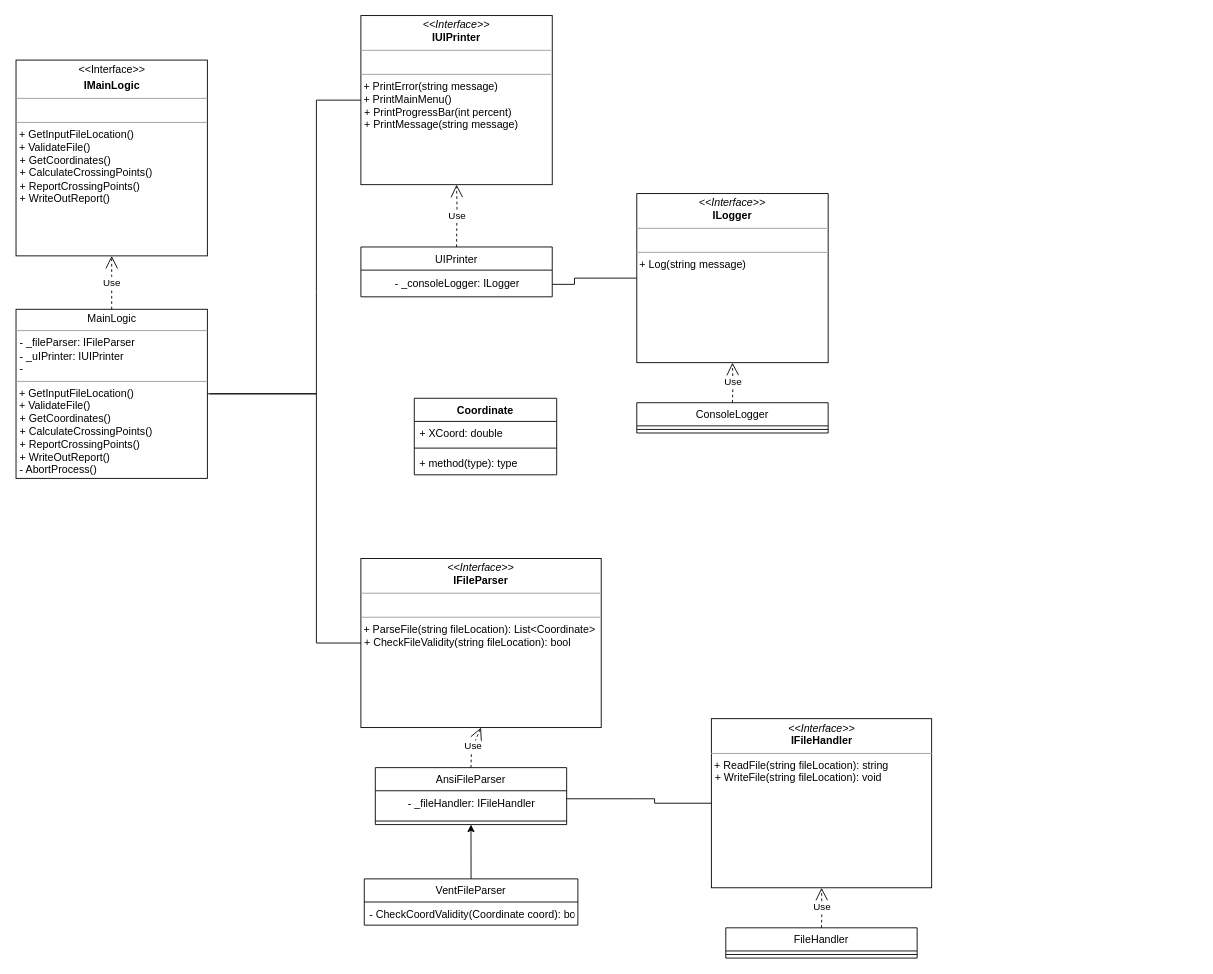
vmarcell96/HydrothermalJunctionDetector keeps this draw.io diagram as ClassDiagram.drawio. Above is the earlier version. Source tidied: cells renumbered, new cells numbered last; positions are measured from the earlier drawing's top-left corner, leaving out a move shared by most shapes. Both pictures are drawn from the tidied source at 89%, with x=0, y=0 at pixel (15, 15).
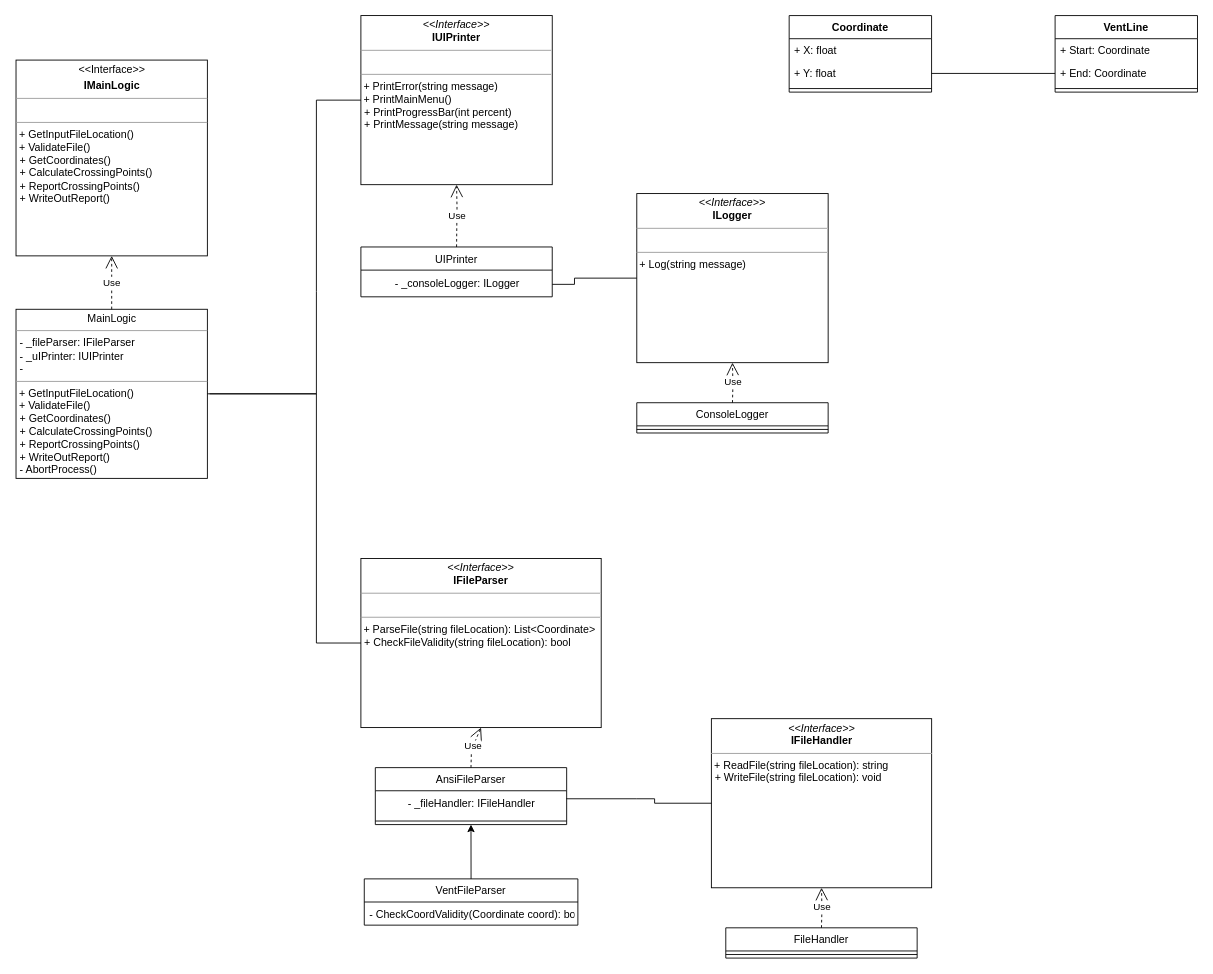
After the change.

Commit message:
FEAT: added ventline to class diagram

The edit, as a diff of the source:
```diff
@@
-    <mxCell id="27" value="Coordinate" style="swimlane;fontStyle=1;align=center;verticalAlign=top;horizontal=1;startSize=26;" parent="1" vertex="1">
-      <mxGeometry x="448" y="430" width="160" height="86" as="geometry" />
+    <mxCell id="27" value="VentLine" style="swimlane;fontStyle=1;align=center;verticalAlign=top;horizontal=1;startSize=26;" parent="1" vertex="1">
+      <mxGeometry x="1168" width="160" height="86" as="geometry" />
     </mxCell>
-    <mxCell id="28" value="+ XCoord: double" style="text;strokeColor=none;fillColor=none;align=left;verticalAlign=top;spacingLeft=4;spacingRight=4;overflow=hidden;" parent="27" vertex="1">
+    <mxCell id="28" value="+ Start: Coordinate" style="text;strokeColor=none;fillColor=none;align=left;verticalAlign=top;spacingLeft=4;spacingRight=4;overflow=hidden;" parent="27" vertex="1">
       <mxGeometry y="26" width="160" height="26" as="geometry" />
     </mxCell>
+    <mxCell id="33" value="+ End: Coordinate" style="text;strokeColor=none;fillColor=none;align=left;verticalAlign=top;spacingLeft=4;spacingRight=4;overflow=hidden;points=[[0,0.5],[1,0.5]];portConstraint=eastwest;" parent="27" vertex="1">
+      <mxGeometry y="52" width="160" height="26" as="geometry" />
+    </mxCell>
     <mxCell id="29" style="line;strokeWidth=1;fillColor=none;align=left;verticalAlign=middle;spacingTop=-1;spacingLeft=3;spacingRight=3;labelPosition=right;strokeColor=inherit;" parent="27" vertex="1">
-      <mxGeometry y="52" width="160" height="8" as="geometry" />
+      <mxGeometry y="78" width="160" height="8" as="geometry" />
     </mxCell>
-    <mxCell id="30" value="+ method(type): type" style="text;strokeColor=none;fillColor=none;align=left;verticalAlign=top;spacingLeft=4;spacingRight=4;overflow=hidden;" parent="27" vertex="1">
-      <mxGeometry y="60" width="160" height="26" as="geometry" />
-    </mxCell>
@@
+    <mxCell id="34" value="Coordinate" style="swimlane;fontStyle=1;align=center;verticalAlign=top;horizontal=1;startSize=26;" parent="1" vertex="1">
+      <mxGeometry x="869.2" width="160" height="86" as="geometry" />
+    </mxCell>
+    <mxCell id="35" value="+ X: float" style="text;strokeColor=none;fillColor=none;align=left;verticalAlign=top;spacingLeft=4;spacingRight=4;overflow=hidden;" parent="34" vertex="1">
+      <mxGeometry y="26" width="160" height="26" as="geometry" />
+    </mxCell>
+    <mxCell id="36" value="+ Y: float" style="text;strokeColor=none;fillColor=none;align=left;verticalAlign=top;spacingLeft=4;spacingRight=4;overflow=hidden;points=[[0,0.5],[1,0.5]];portConstraint=eastwest;" parent="34" vertex="1">
+      <mxGeometry y="52" width="160" height="26" as="geometry" />
+    </mxCell>
+    <mxCell id="37" style="line;strokeWidth=1;fillColor=none;align=left;verticalAlign=middle;spacingTop=-1;spacingLeft=3;spacingRight=3;labelPosition=right;strokeColor=inherit;" parent="34" vertex="1">
+      <mxGeometry y="78" width="160" height="8" as="geometry" />
+    </mxCell>
+    <mxCell id="38" style="endArrow=none;html=1;rounded=0;entryX=1;entryY=0.5;entryDx=0;entryDy=0;exitX=0;exitY=0.5;exitDx=0;exitDy=0;" parent="1" edge="1" source="33" target="36">
+      <mxGeometry relative="1" as="geometry" />
+    </mxCell>
```
